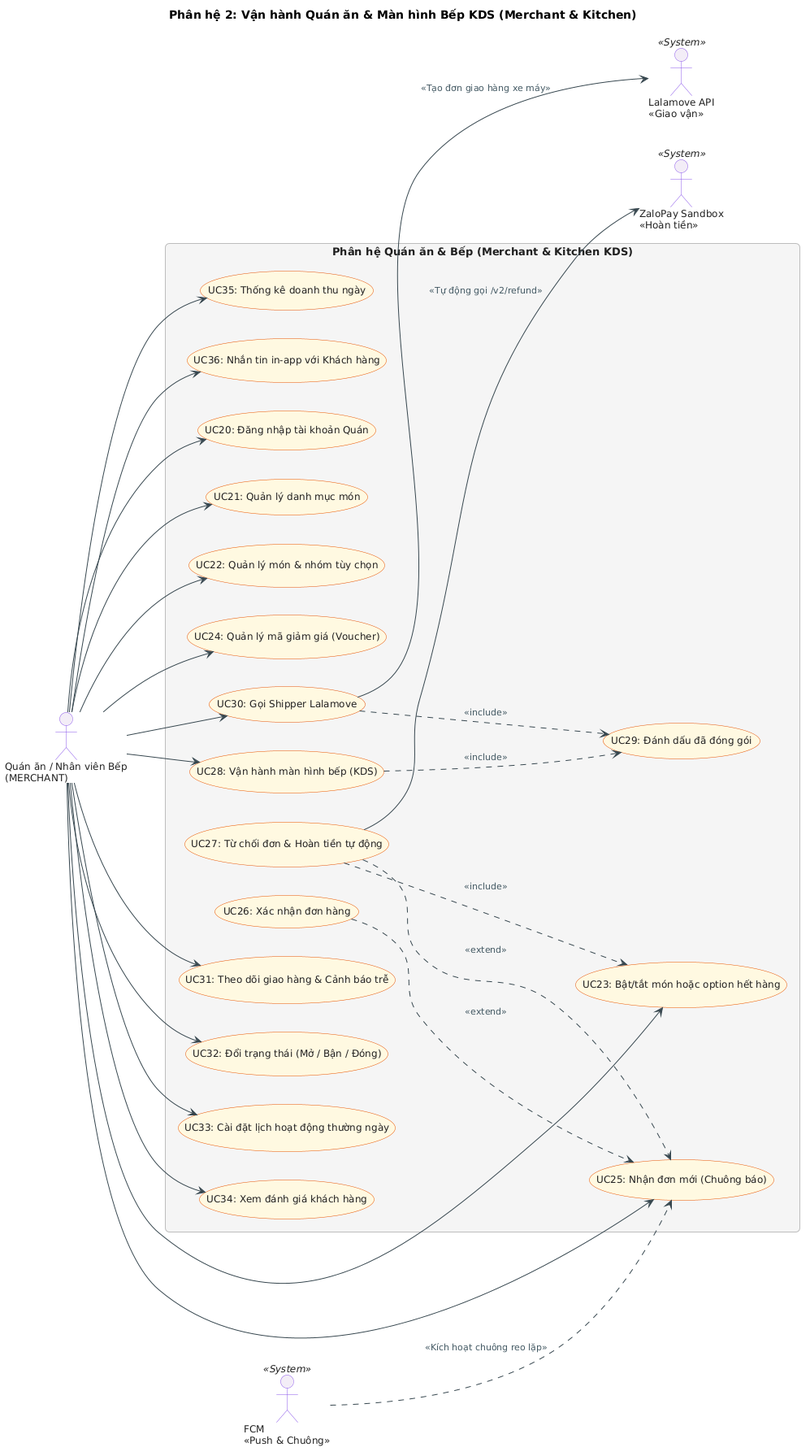
Earlier version of the PlantUML export docs/diagrams/03-use-case-diagrams/03-Phan-he-quan-an-man-hinh-bep.png (thanhpino/MobileAppFinalProject-MiaoSong).
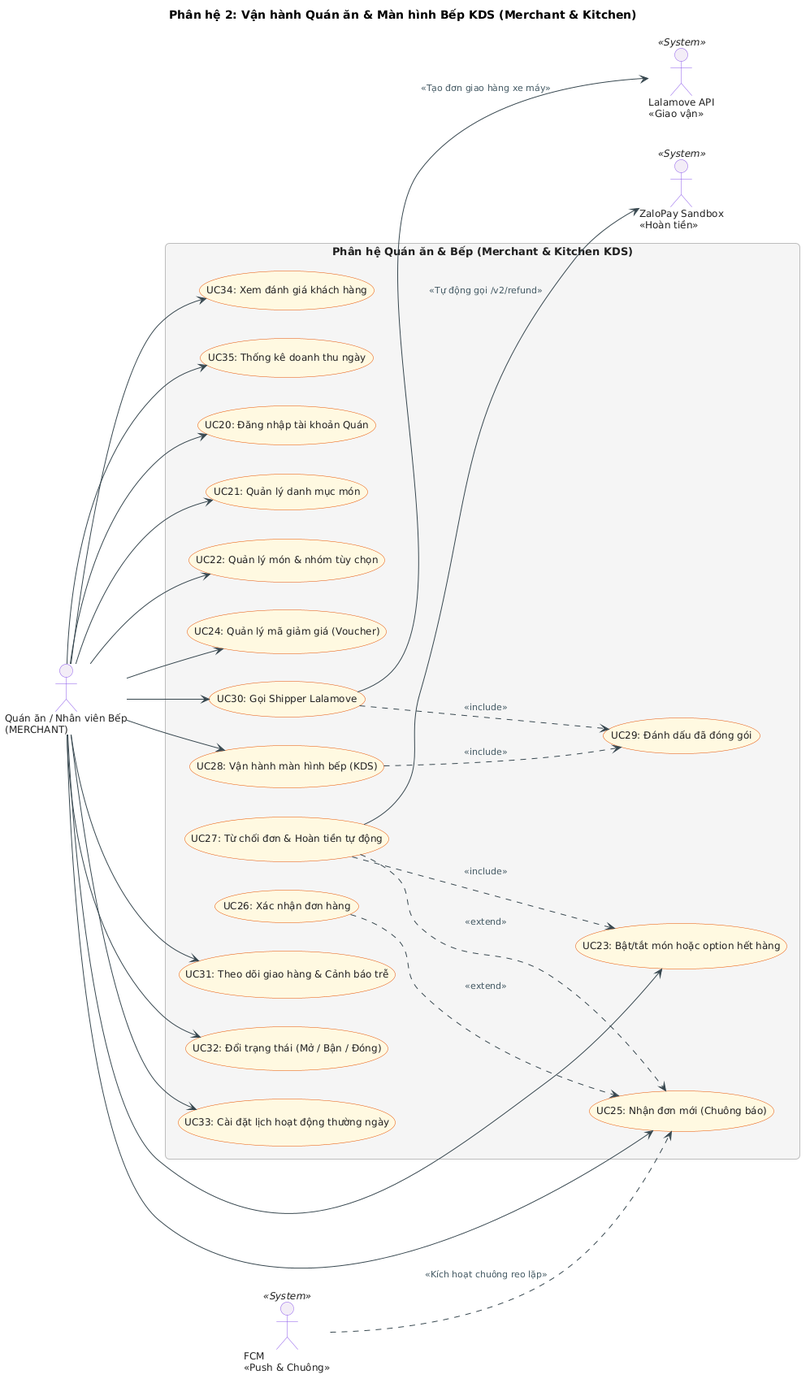
The same file after the commit.

What changed in the source:
```diff
@@ -67,7 +67,6 @@
     usecase "UC33: Cài đặt lịch hoạt động thường ngày" as UC33
     usecase "UC34: Xem đánh giá khách hàng" as UC34
     usecase "UC35: Thống kê doanh thu ngày" as UC35
-    usecase "UC36: Nhắn tin in-app với Khách hàng" as UC36
 }
 
 Q --> UC20
@@ -83,7 +82,6 @@
 Q --> UC33
 Q --> UC34
 Q --> UC35
-Q --> UC36
 
 UC26 ..> UC25 : <<extend>>
 UC27 ..> UC25 : <<extend>>
```
